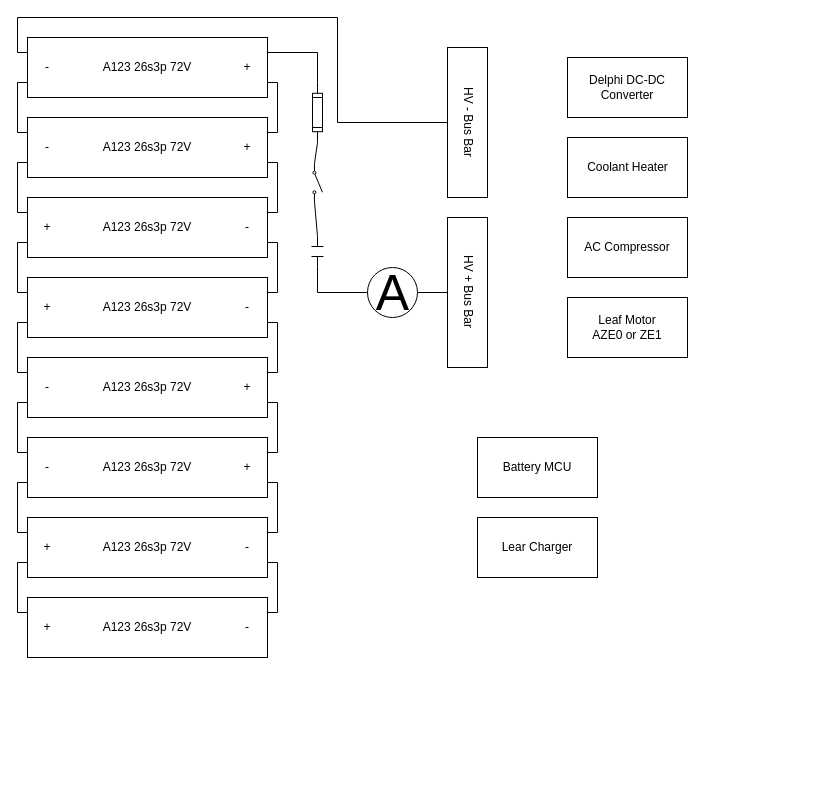
This is Electrical.drawio from cdvanhorn/ForsanRaneaf, a draw.io file, before an edit. Source tidied: cells renumbered, new cells numbered last; positions are measured from the earlier drawing's top-left corner, leaving out a move shared by most shapes. Both pictures are drawn from the tidied source at 100%, with x=0, y=0 at pixel (17, 17).
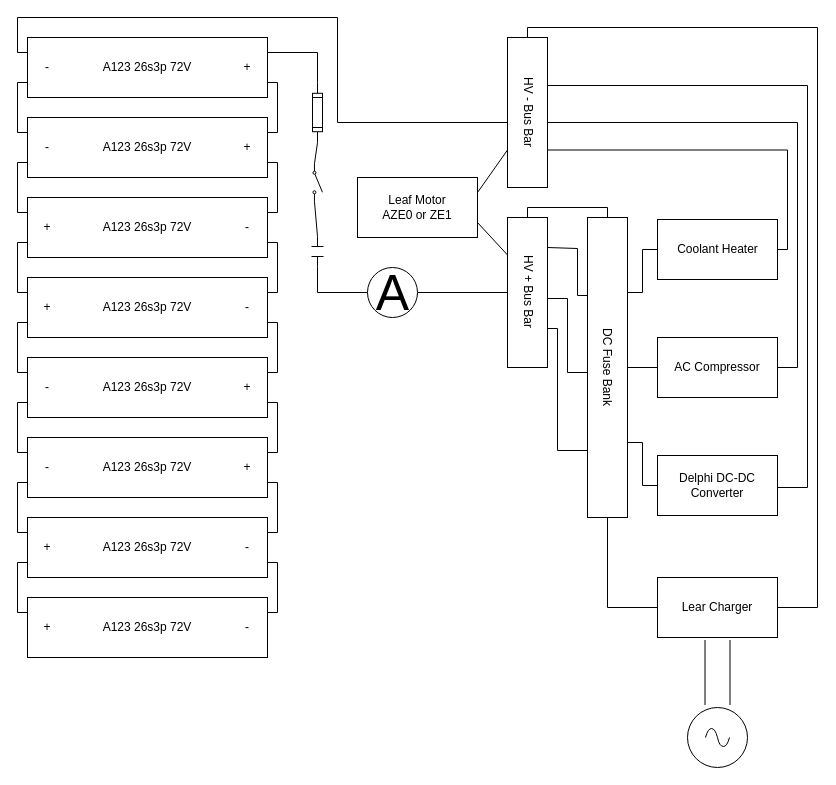
The same diagram, later.

Commit message:
wired high voltage components

Unchanged cells that the change refers to:
```xml
<mxCell id="6" style="rounded=0;whiteSpace=wrap;html=1;" parent="5" vertex="1">
  <mxGeometry width="120" height="60" as="geometry" />
</mxCell>
<mxCell id="9" style="rounded=0;whiteSpace=wrap;html=1;" parent="8" vertex="1">
  <mxGeometry width="120" height="60" as="geometry" />
</mxCell>
<mxCell id="12" style="rounded=0;whiteSpace=wrap;html=1;" parent="11" vertex="1">
  <mxGeometry width="120" height="60" as="geometry" />
</mxCell>
<mxCell id="15" style="rounded=0;whiteSpace=wrap;html=1;" parent="14" vertex="1">
  <mxGeometry width="120" height="60" as="geometry" />
</mxCell>
<mxCell id="18" style="rounded=0;whiteSpace=wrap;html=1;" parent="17" vertex="1">
  <mxGeometry width="120" height="60" as="geometry" />
</mxCell>
<mxCell id="75" style="rounded=0;whiteSpace=wrap;html=1;" parent="74" vertex="1">
  <mxGeometry width="40" height="150" as="geometry" />
</mxCell>
<mxCell id="78" style="rounded=0;whiteSpace=wrap;html=1;" parent="77" vertex="1">
  <mxGeometry width="40" height="150" as="geometry" />
</mxCell>
```

Diff of the diagram source:
```diff
@@
-    <mxCell id="2" style="group;" parent="1" vertex="1">
-      <mxGeometry x="460" y="420" width="120" height="60" as="geometry" />
-    </mxCell>
-    <mxCell id="3" style="rounded=0;whiteSpace=wrap;html=1;" parent="2" vertex="1">
-      <mxGeometry width="120" height="60" as="geometry" />
-    </mxCell>
-    <mxCell id="4" value="Battery MCU" style="text;html=1;align=center;verticalAlign=middle;whiteSpace=wrap;rounded=0;" parent="2" vertex="1">
-      <mxGeometry x="20" y="15" width="80" height="30" as="geometry" />
-    </mxCell>
     <mxCell id="5" style="group;" parent="1" vertex="1">
-      <mxGeometry x="550" y="280" width="120" height="60" as="geometry" />
+      <mxGeometry x="340" y="160" width="120" height="60" as="geometry" />
     </mxCell>
@@
     <mxCell id="8" style="group;" parent="1" vertex="1">
-      <mxGeometry x="550" y="200" width="120" height="60" as="geometry" />
+      <mxGeometry x="640" y="320" width="120" height="60" as="geometry" />
     </mxCell>
@@
     <mxCell id="11" style="group;" parent="1" vertex="1">
-      <mxGeometry x="550" y="120" width="120" height="60" as="geometry" />
+      <mxGeometry x="640" y="202" width="120" height="60" as="geometry" />
     </mxCell>
@@
     <mxCell id="14" style="group;" parent="1" vertex="1">
-      <mxGeometry x="550" y="40" width="120" height="60" as="geometry" />
+      <mxGeometry x="640" y="438" width="120" height="60" as="geometry" />
     </mxCell>
@@
     <mxCell id="17" style="group;" parent="1" vertex="1">
-      <mxGeometry x="460" y="500" width="120" height="60" as="geometry" />
+      <mxGeometry x="640" y="560" width="125" height="107.5" as="geometry" />
     </mxCell>
@@
+    <mxCell id="90" style="verticalLabelPosition=bottom;shadow=0;dashed=0;align=center;html=1;verticalAlign=top;shape=mxgraph.electrical.transmission.2_line_bus;rotation=90;" parent="17" vertex="1">
+      <mxGeometry x="27.5" y="82.5" width="65" height="25" as="geometry" />
+    </mxCell>
@@
     <mxCell id="74" style="group;" parent="1" vertex="1">
-      <mxGeometry x="430" y="30" width="40" height="150" as="geometry" />
+      <mxGeometry x="490" y="20" width="40" height="150" as="geometry" />
     </mxCell>
@@
     <mxCell id="77" style="group;" parent="1" vertex="1">
-      <mxGeometry x="430" y="200" width="40" height="150" as="geometry" />
+      <mxGeometry x="490" y="200" width="40" height="150" as="geometry" />
     </mxCell>
@@
+    <mxCell id="91" style="rounded=0;whiteSpace=wrap;html=1;" parent="1" vertex="1">
+      <mxGeometry x="570" y="200" width="40" height="300" as="geometry" />
+    </mxCell>
+    <mxCell id="92" style="endArrow=none;html=1;rounded=0;exitX=0;exitY=0.25;exitDx=0;exitDy=0;edgeStyle=orthogonalEdgeStyle;" parent="1" edge="1" source="91">
+      <mxGeometry relative="1" as="geometry">
+        <mxPoint x="530" y="230" as="targetPoint" />
+        <Array as="points">
+          <mxPoint x="560" y="278" />
+          <mxPoint x="560" y="231" />
+        </Array>
+      </mxGeometry>
+    </mxCell>
+    <mxCell id="93" style="endArrow=none;html=1;rounded=0;entryX=0;entryY=0.5;entryDx=0;entryDy=0;edgeStyle=orthogonalEdgeStyle;" parent="1" edge="1" target="91">
+      <mxGeometry relative="1" as="geometry">
+        <mxPoint x="530" y="280" as="sourcePoint" />
+        <Array as="points">
+          <mxPoint x="530" y="281" />
+          <mxPoint x="550" y="281" />
+          <mxPoint x="550" y="355" />
+        </Array>
+      </mxGeometry>
+    </mxCell>
+    <mxCell id="94" style="endArrow=none;html=1;rounded=0;entryX=0;entryY=0.75;entryDx=0;entryDy=0;edgeStyle=orthogonalEdgeStyle;" parent="1" edge="1" target="91">
+      <mxGeometry relative="1" as="geometry">
+        <mxPoint x="530" y="310" as="sourcePoint" />
+        <Array as="points">
+          <mxPoint x="530" y="311" />
+          <mxPoint x="540" y="311" />
+          <mxPoint x="540" y="433" />
+        </Array>
+      </mxGeometry>
+    </mxCell>
+    <mxCell id="95" style="endArrow=none;html=1;rounded=0;exitX=1;exitY=0.25;exitDx=0;exitDy=0;entryX=0;entryY=0.5;entryDx=0;entryDy=0;edgeStyle=orthogonalEdgeStyle;" parent="1" edge="1" source="91" target="12">
+      <mxGeometry relative="1" as="geometry" />
+    </mxCell>
+    <mxCell id="96" style="endArrow=none;html=1;rounded=0;exitX=1;exitY=0.5;exitDx=0;exitDy=0;entryX=0;entryY=0.5;entryDx=0;entryDy=0;" parent="1" edge="1" source="91" target="9">
+      <mxGeometry relative="1" as="geometry" />
+    </mxCell>
+    <mxCell id="97" style="endArrow=none;html=1;rounded=0;exitX=1;exitY=0.75;exitDx=0;exitDy=0;entryX=0;entryY=0.5;entryDx=0;entryDy=0;edgeStyle=orthogonalEdgeStyle;" parent="1" edge="1" source="91" target="15">
+      <mxGeometry relative="1" as="geometry" />
+    </mxCell>
+    <mxCell id="98" style="endArrow=none;html=1;rounded=0;exitX=1;exitY=0.25;exitDx=0;exitDy=0;entryX=0;entryY=0.75;entryDx=0;entryDy=0;" parent="1" edge="1" source="6" target="75">
+      <mxGeometry relative="1" as="geometry" />
+    </mxCell>
+    <mxCell id="99" style="endArrow=none;html=1;rounded=0;exitX=1;exitY=0.75;exitDx=0;exitDy=0;entryX=0;entryY=0.25;entryDx=0;entryDy=0;" parent="1" edge="1" source="6" target="78">
+      <mxGeometry relative="1" as="geometry" />
+    </mxCell>
+    <mxCell id="100" style="endArrow=none;html=1;rounded=0;exitX=1;exitY=0.75;exitDx=0;exitDy=0;entryX=1;entryY=0.5;entryDx=0;entryDy=0;edgeStyle=orthogonalEdgeStyle;" parent="1" edge="1" source="75" target="12">
+      <mxGeometry relative="1" as="geometry" />
+    </mxCell>
+    <mxCell id="101" style="endArrow=none;html=1;rounded=0;exitX=1;exitY=0.5;exitDx=0;exitDy=0;entryX=1;entryY=0.5;entryDx=0;entryDy=0;edgeStyle=orthogonalEdgeStyle;" parent="1" edge="1" source="75" target="9">
+      <mxGeometry relative="1" as="geometry">
+        <Array as="points">
+          <mxPoint x="780" y="105" />
+          <mxPoint x="780" y="350" />
+        </Array>
+      </mxGeometry>
+    </mxCell>
+    <mxCell id="102" style="endArrow=none;html=1;rounded=0;exitX=1;exitY=0.25;exitDx=0;exitDy=0;entryX=1;entryY=0.5;entryDx=0;entryDy=0;edgeStyle=orthogonalEdgeStyle;" parent="1" edge="1" source="75" target="15">
+      <mxGeometry relative="1" as="geometry">
+        <Array as="points">
+          <mxPoint x="790" y="68" />
+          <mxPoint x="790" y="470" />
+          <mxPoint x="760" y="470" />
+        </Array>
+      </mxGeometry>
+    </mxCell>
+    <mxCell id="103" style="endArrow=none;html=1;rounded=0;exitX=0.5;exitY=0;exitDx=0;exitDy=0;entryX=0;entryY=0;entryDx=0;entryDy=0;edgeStyle=orthogonalEdgeStyle;" parent="1" edge="1" source="78" target="91">
+      <mxGeometry relative="1" as="geometry">
+        <Array as="points">
+          <mxPoint x="510" y="190" />
+          <mxPoint x="590" y="190" />
+          <mxPoint x="590" y="200" />
+        </Array>
+      </mxGeometry>
+    </mxCell>
+    <mxCell id="104" style="endArrow=none;html=1;rounded=0;exitX=0;exitY=0.5;exitDx=0;exitDy=0;entryX=0.5;entryY=1;entryDx=0;entryDy=0;edgeStyle=orthogonalEdgeStyle;" parent="1" edge="1" source="18" target="91">
+      <mxGeometry relative="1" as="geometry">
+        <Array as="points">
+          <mxPoint x="590" y="590" />
+        </Array>
+      </mxGeometry>
+    </mxCell>
+    <mxCell id="105" style="endArrow=none;html=1;rounded=0;exitX=0.5;exitY=0;exitDx=0;exitDy=0;entryX=1;entryY=0.5;entryDx=0;entryDy=0;edgeStyle=orthogonalEdgeStyle;" parent="1" edge="1" source="75" target="18">
+      <mxGeometry relative="1" as="geometry">
+        <Array as="points">
+          <mxPoint x="510" y="10" />
+          <mxPoint x="800" y="10" />
+          <mxPoint x="800" y="590" />
+        </Array>
+      </mxGeometry>
+    </mxCell>
+    <mxCell id="106" style="verticalLabelPosition=bottom;shadow=0;dashed=0;align=center;html=1;verticalAlign=top;shape=mxgraph.electrical.signal_sources.source;elSignalType=ac;" parent="1" vertex="1">
+      <mxGeometry x="670" y="690" width="60" height="60" as="geometry" />
+    </mxCell>
+    <mxCell id="107" value="DC Fuse Bank" style="text;html=1;align=center;verticalAlign=middle;whiteSpace=wrap;rounded=0;horizontal=0;rotation=-180;" parent="1" vertex="1">
+      <mxGeometry x="580" y="290" width="20" height="120" as="geometry" />
+    </mxCell>
```
